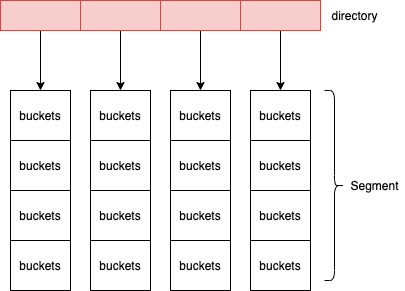
Above: Untitled Diagram.png in HustDsy/Picture (draw.io), before the change. Source tidied: cells renumbered, new cells last; positions are measured from the earlier drawing's top-left corner, leaving out a move shared by most shapes.
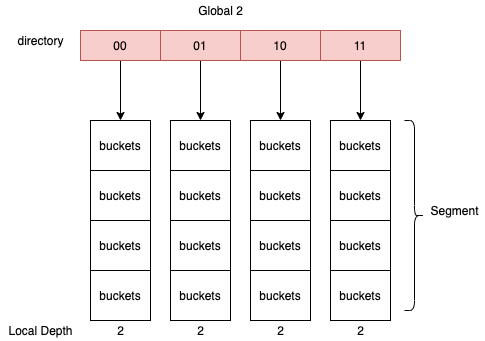
Later version of the same file.

The edit, as a diff of the source:
```diff
@@ -7,7 +7,7 @@
         <mxPoint x="40" y="90" as="targetPoint" />
       </mxGeometry>
     </mxCell>
-    <mxCell id="3" style="rounded=0;whiteSpace=wrap;html=1;fillColor=#f8cecc;strokeColor=#b85450;" parent="1" vertex="1">
+    <mxCell id="3" value="00" style="rounded=0;whiteSpace=wrap;html=1;fillColor=#f8cecc;strokeColor=#b85450;" parent="1" vertex="1">
       <mxGeometry width="80" height="30" as="geometry" />
     </mxCell>
     <mxCell id="4" style="edgeStyle=orthogonalEdgeStyle;rounded=0;jettySize=auto;html=1;exitX=0.5;exitY=1;exitDx=0;exitDy=0;" parent="1" edge="1" source="5">
@@ -15,7 +15,7 @@
         <mxPoint x="120" y="90" as="targetPoint" />
       </mxGeometry>
     </mxCell>
-    <mxCell id="5" style="rounded=0;whiteSpace=wrap;html=1;fillColor=#f8cecc;strokeColor=#b85450;" parent="1" vertex="1">
+    <mxCell id="5" value="01" style="rounded=0;whiteSpace=wrap;html=1;fillColor=#f8cecc;strokeColor=#b85450;" parent="1" vertex="1">
       <mxGeometry x="80" width="80" height="30" as="geometry" />
     </mxCell>
     <mxCell id="6" style="edgeStyle=orthogonalEdgeStyle;rounded=0;jettySize=auto;html=1;exitX=0.5;exitY=1;exitDx=0;exitDy=0;" parent="1" edge="1" source="7">
@@ -23,7 +23,7 @@
         <mxPoint x="200" y="90" as="targetPoint" />
       </mxGeometry>
     </mxCell>
-    <mxCell id="7" style="rounded=0;whiteSpace=wrap;html=1;fillColor=#f8cecc;strokeColor=#b85450;" parent="1" vertex="1">
+    <mxCell id="7" value="10" style="rounded=0;whiteSpace=wrap;html=1;fillColor=#f8cecc;strokeColor=#b85450;" parent="1" vertex="1">
       <mxGeometry x="160" width="80" height="30" as="geometry" />
     </mxCell>
     <mxCell id="8" style="edgeStyle=orthogonalEdgeStyle;rounded=0;jettySize=auto;html=1;exitX=0.5;exitY=1;exitDx=0;exitDy=0;" parent="1" edge="1" source="9">
@@ -31,7 +31,7 @@
         <mxPoint x="280" y="90" as="targetPoint" />
       </mxGeometry>
     </mxCell>
-    <mxCell id="9" style="rounded=0;whiteSpace=wrap;html=1;fillColor=#f8cecc;strokeColor=#b85450;" parent="1" vertex="1">
+    <mxCell id="9" value="11" style="rounded=0;whiteSpace=wrap;html=1;fillColor=#f8cecc;strokeColor=#b85450;" parent="1" vertex="1">
       <mxGeometry x="240" width="80" height="30" as="geometry" />
     </mxCell>
     <mxCell id="10" value="buckets" style="rounded=0;whiteSpace=wrap;html=1;" parent="1" vertex="1">
@@ -83,13 +83,31 @@
       <mxGeometry x="250" y="240" width="60" height="50" as="geometry" />
     </mxCell>
     <mxCell id="26" value="directory" style="text;html=1;align=center;verticalAlign=middle;" parent="1" vertex="1">
-      <mxGeometry x="324" y="5" width="60" height="20" as="geometry" />
+      <mxGeometry x="-70" width="60" height="20" as="geometry" />
     </mxCell>
     <mxCell id="27" style="shape=curlyBracket;whiteSpace=wrap;html=1;rounded=1;size=0.5;direction=west;" parent="1" vertex="1">
       <mxGeometry x="324" y="90" width="20" height="190" as="geometry" />
     </mxCell>
     <mxCell id="28" value="Segment" style="text;html=1;align=center;verticalAlign=middle;" parent="1" vertex="1">
-      <mxGeometry x="344" y="175" width="60" height="20" as="geometry" />
+      <mxGeometry x="344" y="170" width="60" height="20" as="geometry" />
     </mxCell>
+    <mxCell id="29" value="Local Depth" style="text;html=1;align=center;verticalAlign=middle;" parent="1" vertex="1">
+      <mxGeometry x="-80" y="290" width="80" height="20" as="geometry" />
+    </mxCell>
+    <mxCell id="30" value="2" style="text;html=1;align=center;verticalAlign=middle;" parent="1" vertex="1">
+      <mxGeometry x="30" y="290" width="20" height="20" as="geometry" />
+    </mxCell>
+    <mxCell id="31" value="2" style="text;html=1;align=center;verticalAlign=middle;" parent="1" vertex="1">
+      <mxGeometry x="110" y="290" width="20" height="20" as="geometry" />
+    </mxCell>
+    <mxCell id="32" value="2" style="text;html=1;align=center;verticalAlign=middle;" parent="1" vertex="1">
+      <mxGeometry x="190" y="290" width="20" height="20" as="geometry" />
+    </mxCell>
+    <mxCell id="33" value="2" style="text;html=1;align=center;verticalAlign=middle;" parent="1" vertex="1">
+      <mxGeometry x="270" y="290" width="20" height="20" as="geometry" />
+    </mxCell>
+    <mxCell id="34" value="Global 2" style="text;html=1;align=center;verticalAlign=middle;" parent="1" vertex="1">
+      <mxGeometry x="110" y="-30" width="60" height="20" as="geometry" />
+    </mxCell>
   </root>
 </mxGraphModel>
```
